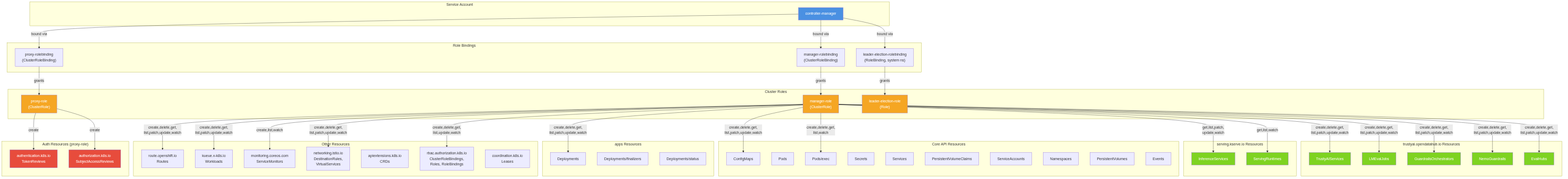
rhuss/architecture-context keeps this Mermaid diagram as architecture/rhoai-3.4-ea.2/diagrams/trustyai-service-operator-rbac.png. Above is the earlier version. Its source is kept beside it as architecture/rhoai-3.4-ea.2/diagrams/trustyai-service-operator-rbac.mmd. The source it was exported from:
```mermaid
graph TD
    subgraph SA["Service Account"]
        ControllerManager["controller-manager"]
    end

    subgraph Bindings["Role Bindings"]
        ManagerRB["manager-rolebinding<br/>(ClusterRoleBinding)"]
        ProxyRB["proxy-rolebinding<br/>(ClusterRoleBinding)"]
        LeaderRB["leader-election-rolebinding<br/>(RoleBinding, system ns)"]
    end

    subgraph ClusterRoles["Cluster Roles"]
        ManagerRole["manager-role<br/>(ClusterRole)"]
        ProxyRole["proxy-role<br/>(ClusterRole)"]
        LeaderRole["leader-election-role<br/>(Role)"]
    end

    subgraph TrustyAIResources["trustyai.opendatahub.io Resources"]
        TrustyAIServices["TrustyAIServices"]
        LMEvalJobs["LMEvalJobs"]
        GuardrailsOrchestrators["GuardrailsOrchestrators"]
        NemoGuardrails["NemoGuardrails"]
        EvalHubs["EvalHubs"]
    end

    subgraph KServeResources["serving.kserve.io Resources"]
        InferenceServices["InferenceServices"]
        ServingRuntimes["ServingRuntimes"]
    end

    subgraph CoreResources["Core API Resources"]
        ConfigMaps["ConfigMaps"]
        Pods["Pods"]
        PodsExec["Pods/exec"]
        Secrets["Secrets"]
        Services["Services"]
        PVCs["PersistentVolumeClaims"]
        ServiceAccounts["ServiceAccounts"]
        Namespaces["Namespaces"]
        PVs["PersistentVolumes"]
        Events["Events"]
    end

    subgraph AppsResources["apps Resources"]
        Deployments["Deployments"]
        DeployFinalizers["Deployments/finalizers"]
        DeployStatus["Deployments/status"]
    end

    subgraph OtherResources["Other Resources"]
        Routes["route.openshift.io<br/>Routes"]
        Workloads["kueue.x-k8s.io<br/>Workloads"]
        ServiceMonitors["monitoring.coreos.com<br/>ServiceMonitors"]
        IstioResources["networking.istio.io<br/>DestinationRules,<br/>VirtualServices"]
        CRDs["apiextensions.k8s.io<br/>CRDs"]
        RBACResources["rbac.authorization.k8s.io<br/>ClusterRoleBindings,<br/>Roles, RoleBindings"]
        Leases["coordination.k8s.io<br/>Leases"]
    end

    subgraph AuthResources["Auth Resources (proxy-role)"]
        TokenReviews["authentication.k8s.io<br/>TokenReviews"]
        SAR["authorization.k8s.io<br/>SubjectAccessReviews"]
    end

    ControllerManager -->|bound via| ManagerRB
    ControllerManager -->|bound via| ProxyRB
    ControllerManager -->|bound via| LeaderRB

    ManagerRB -->|grants| ManagerRole
    ProxyRB -->|grants| ProxyRole
    LeaderRB -->|grants| LeaderRole

    ManagerRole -->|"create,delete,get,<br/>list,patch,update,watch"| TrustyAIServices
    ManagerRole -->|"create,delete,get,<br/>list,patch,update,watch"| LMEvalJobs
    ManagerRole -->|"create,delete,get,<br/>list,patch,update,watch"| GuardrailsOrchestrators
    ManagerRole -->|"create,delete,get,<br/>list,patch,update,watch"| NemoGuardrails
    ManagerRole -->|"create,delete,get,<br/>list,patch,update,watch"| EvalHubs
    ManagerRole -->|"get,list,patch,<br/>update,watch"| InferenceServices
    ManagerRole -->|"get,list,watch"| ServingRuntimes
    ManagerRole -->|"create,delete,get,<br/>list,patch,update,watch"| ConfigMaps
    ManagerRole -->|"create,delete,get,<br/>list,patch,update,watch"| Deployments
    ManagerRole -->|"create,delete,get,<br/>list,patch,update,watch"| Routes
    ManagerRole -->|"create,delete,get,<br/>list,patch,update,watch"| Workloads
    ManagerRole -->|"create,delete,get,<br/>list,watch"| PodsExec
    ManagerRole -->|"create,list,watch"| ServiceMonitors
    ManagerRole -->|"create,delete,get,<br/>list,patch,update,watch"| IstioResources
    ManagerRole -->|"create,delete,get,<br/>list,update,watch"| RBACResources

    ProxyRole -->|"create"| TokenReviews
    ProxyRole -->|"create"| SAR

    style ControllerManager fill:#4a90e2,color:#fff
    style ManagerRole fill:#f5a623,color:#fff
    style ProxyRole fill:#f5a623,color:#fff
    style LeaderRole fill:#f5a623,color:#fff
    style TrustyAIServices fill:#7ed321,color:#fff
    style LMEvalJobs fill:#7ed321,color:#fff
    style GuardrailsOrchestrators fill:#7ed321,color:#fff
    style NemoGuardrails fill:#7ed321,color:#fff
    style EvalHubs fill:#7ed321,color:#fff
    style InferenceServices fill:#7ed321,color:#fff
    style ServingRuntimes fill:#7ed321,color:#fff
    style TokenReviews fill:#e74c3c,color:#fff
    style SAR fill:#e74c3c,color:#fff
```
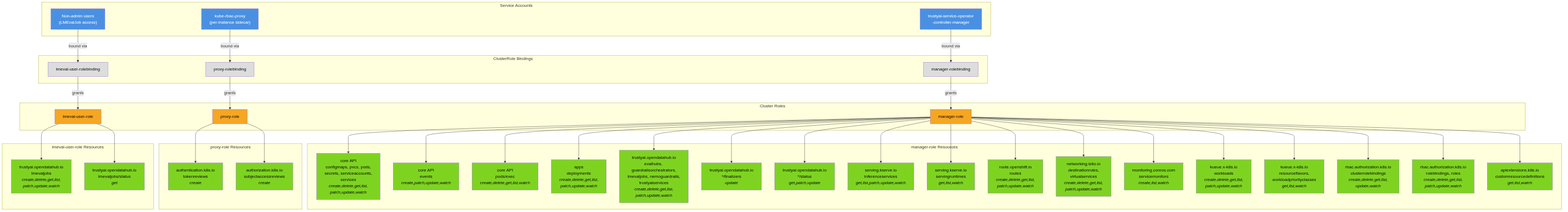
Later version of the same file.

Diff of the diagram source:
```diff
@@ -1,104 +1,117 @@
+
 graph TD
-    subgraph SA["Service Account"]
-        ControllerManager["controller-manager"]
+    subgraph ServiceAccounts["Service Accounts"]
+        SA["trustyai-service-operator<br/>-controller-manager"]
+        ProxySA["kube-rbac-proxy<br/>(per-instance sidecar)"]
+        LMEvalUserSA["Non-admin users<br/>(LMEvalJob access)"]
     end
 
-    subgraph Bindings["Role Bindings"]
-        ManagerRB["manager-rolebinding<br/>(ClusterRoleBinding)"]
-        ProxyRB["proxy-rolebinding<br/>(ClusterRoleBinding)"]
-        LeaderRB["leader-election-rolebinding<br/>(RoleBinding, system ns)"]
+    subgraph ClusterRoleBindings["ClusterRole Bindings"]
+        CRB_Manager["manager-rolebinding"]
+        CRB_Proxy["proxy-rolebinding"]
+        CRB_LMEval["lmeval-user-rolebinding"]
     end
 
     subgraph ClusterRoles["Cluster Roles"]
-        ManagerRole["manager-role<br/>(ClusterRole)"]
-        ProxyRole["proxy-role<br/>(ClusterRole)"]
-        LeaderRole["leader-election-role<br/>(Role)"]
+        CR_Manager["manager-role"]
+        CR_Proxy["proxy-role"]
+        CR_LMEval["lmeval-user-role"]
     end
 
-    subgraph TrustyAIResources["trustyai.opendatahub.io Resources"]
-        TrustyAIServices["TrustyAIServices"]
-        LMEvalJobs["LMEvalJobs"]
-        GuardrailsOrchestrators["GuardrailsOrchestrators"]
-        NemoGuardrails["NemoGuardrails"]
-        EvalHubs["EvalHubs"]
+    SA -->|bound via| CRB_Manager
+    ProxySA -->|bound via| CRB_Proxy
+    LMEvalUserSA -->|bound via| CRB_LMEval
+
+    CRB_Manager -->|grants| CR_Manager
+    CRB_Proxy -->|grants| CR_Proxy
+    CRB_LMEval -->|grants| CR_LMEval
+
+    subgraph ManagerResources["manager-role Resources"]
+        direction TB
+        CoreResources["core API<br/>configmaps, pvcs, pods,<br/>secrets, serviceaccounts,<br/>services<br/><i>create,delete,get,list,<br/>patch,update,watch</i>"]
+        CoreEvents["core API<br/>events<br/><i>create,patch,update,watch</i>"]
+        CorePodExec["core API<br/>pods/exec<br/><i>create,delete,get,list,watch</i>"]
+        AppsDeployments["apps<br/>deployments<br/><i>create,delete,get,list,<br/>patch,update,watch</i>"]
+        TrustyAICRDs["trustyai.opendatahub.io<br/>evalhubs, guardrailsorchestrators,<br/>lmevaljobs, nemoguardrails,<br/>trustyaiservices<br/><i>create,delete,get,list,<br/>patch,update,watch</i>"]
+        TrustyAIFinalizers["trustyai.opendatahub.io<br/>*/finalizers<br/><i>update</i>"]
+        TrustyAIStatus["trustyai.opendatahub.io<br/>*/status<br/><i>get,patch,update</i>"]
+        KServeIS["serving.kserve.io<br/>inferenceservices<br/><i>get,list,patch,update,watch</i>"]
+        KServeSR["serving.kserve.io<br/>servingruntimes<br/><i>get,list,watch</i>"]
+        Routes["route.openshift.io<br/>routes<br/><i>create,delete,get,list,<br/>patch,update,watch</i>"]
+        IstioNet["networking.istio.io<br/>destinationrules,<br/>virtualservices<br/><i>create,delete,get,list,<br/>patch,update,watch</i>"]
+        Monitoring["monitoring.coreos.com<br/>servicemonitors<br/><i>create,list,watch</i>"]
+        KueueWL["kueue.x-k8s.io<br/>workloads<br/><i>create,delete,get,list,<br/>patch,update,watch</i>"]
+        KueueRF["kueue.x-k8s.io<br/>resourceflavors,<br/>workloadpriorityclasses<br/><i>get,list,watch</i>"]
+        RBACCluster["rbac.authorization.k8s.io<br/>clusterrolebindings<br/><i>create,delete,get,list,<br/>update,watch</i>"]
+        RBACNs["rbac.authorization.k8s.io<br/>rolebindings, roles<br/><i>create,delete,get,list,<br/>patch,update,watch</i>"]
+        CRDs["apiextensions.k8s.io<br/>customresourcedefinitions<br/><i>get,list,watch</i>"]
     end
 
-    subgraph KServeResources["serving.kserve.io Resources"]
-        InferenceServices["InferenceServices"]
-        ServingRuntimes["ServingRuntimes"]
+    subgraph ProxyResources["proxy-role Resources"]
+        TokenReview["authentication.k8s.io<br/>tokenreviews<br/><i>create</i>"]
+        SAR["authorization.k8s.io<br/>subjectaccessreviews<br/><i>create</i>"]
     end
 
-    subgraph CoreResources["Core API Resources"]
-        ConfigMaps["ConfigMaps"]
-        Pods["Pods"]
-        PodsExec["Pods/exec"]
-        Secrets["Secrets"]
-        Services["Services"]
-        PVCs["PersistentVolumeClaims"]
-        ServiceAccounts["ServiceAccounts"]
-        Namespaces["Namespaces"]
-        PVs["PersistentVolumes"]
-        Events["Events"]
+    subgraph LMEvalResources["lmeval-user-role Resources"]
+        LMEvalJobs["trustyai.opendatahub.io<br/>lmevaljobs<br/><i>create,delete,get,list,<br/>patch,update,watch</i>"]
+        LMEvalStatus["trustyai.opendatahub.io<br/>lmevaljobs/status<br/><i>get</i>"]
     end
 
-    subgraph AppsResources["apps Resources"]
-        Deployments["Deployments"]
-        DeployFinalizers["Deployments/finalizers"]
-        DeployStatus["Deployments/status"]
-    end
+    CR_Manager --> CoreResources
+    CR_Manager --> CoreEvents
+    CR_Manager --> CorePodExec
+    CR_Manager --> AppsDeployments
+    CR_Manager --> TrustyAICRDs
+    CR_Manager --> TrustyAIFinalizers
+    CR_Manager --> TrustyAIStatus
+    CR_Manager --> KServeIS
+    CR_Manager --> KServeSR
+    CR_Manager --> Routes
+    CR_Manager --> IstioNet
+    CR_Manager --> Monitoring
+    CR_Manager --> KueueWL
+    CR_Manager --> KueueRF
+    CR_Manager --> RBACCluster
+    CR_Manager --> RBACNs
+    CR_Manager --> CRDs
 
-    subgraph OtherResources["Other Resources"]
-        Routes["route.openshift.io<br/>Routes"]
-        Workloads["kueue.x-k8s.io<br/>Workloads"]
-        ServiceMonitors["monitoring.coreos.com<br/>ServiceMonitors"]
-        IstioResources["networking.istio.io<br/>DestinationRules,<br/>VirtualServices"]
-        CRDs["apiextensions.k8s.io<br/>CRDs"]
-        RBACResources["rbac.authorization.k8s.io<br/>ClusterRoleBindings,<br/>Roles, RoleBindings"]
-        Leases["coordination.k8s.io<br/>Leases"]
-    end
+    CR_Proxy --> TokenReview
+    CR_Proxy --> SAR
 
-    subgraph AuthResources["Auth Resources (proxy-role)"]
-        TokenReviews["authentication.k8s.io<br/>TokenReviews"]
-        SAR["authorization.k8s.io<br/>SubjectAccessReviews"]
-    end
+    CR_LMEval --> LMEvalJobs
+    CR_LMEval --> LMEvalStatus
 
-    ControllerManager -->|bound via| ManagerRB
-    ControllerManager -->|bound via| ProxyRB
-    ControllerManager -->|bound via| LeaderRB
+    style SA fill:#4a90e2,color:#fff
+    style ProxySA fill:#4a90e2,color:#fff
+    style LMEvalUserSA fill:#4a90e2,color:#fff
 
-    ManagerRB -->|grants| ManagerRole
-    ProxyRB -->|grants| ProxyRole
-    LeaderRB -->|grants| LeaderRole
+    style CR_Manager fill:#f5a623,color:#000
+    style CR_Proxy fill:#f5a623,color:#000
+    style CR_LMEval fill:#f5a623,color:#000
 
-    ManagerRole -->|"create,delete,get,<br/>list,patch,update,watch"| TrustyAIServices
-    ManagerRole -->|"create,delete,get,<br/>list,patch,update,watch"| LMEvalJobs
-    ManagerRole -->|"create,delete,get,<br/>list,patch,update,watch"| GuardrailsOrchestrators
-    ManagerRole -->|"create,delete,get,<br/>list,patch,update,watch"| NemoGuardrails
-    ManagerRole -->|"create,delete,get,<br/>list,patch,update,watch"| EvalHubs
-    ManagerRole -->|"get,list,patch,<br/>update,watch"| InferenceServices
-    ManagerRole -->|"get,list,watch"| ServingRuntimes
-    ManagerRole -->|"create,delete,get,<br/>list,patch,update,watch"| ConfigMaps
-    ManagerRole -->|"create,delete,get,<br/>list,patch,update,watch"| Deployments
-    ManagerRole -->|"create,delete,get,<br/>list,patch,update,watch"| Routes
-    ManagerRole -->|"create,delete,get,<br/>list,patch,update,watch"| Workloads
-    ManagerRole -->|"create,delete,get,<br/>list,watch"| PodsExec
-    ManagerRole -->|"create,list,watch"| ServiceMonitors
-    ManagerRole -->|"create,delete,get,<br/>list,patch,update,watch"| IstioResources
-    ManagerRole -->|"create,delete,get,<br/>list,update,watch"| RBACResources
+    style CRB_Manager fill:#ddd,color:#000
+    style CRB_Proxy fill:#ddd,color:#000
+    style CRB_LMEval fill:#ddd,color:#000
 
-    ProxyRole -->|"create"| TokenReviews
-    ProxyRole -->|"create"| SAR
+    style CoreResources fill:#7ed321,color:#000
+    style CoreEvents fill:#7ed321,color:#000
+    style CorePodExec fill:#7ed321,color:#000
+    style AppsDeployments fill:#7ed321,color:#000
+    style TrustyAICRDs fill:#7ed321,color:#000
+    style TrustyAIFinalizers fill:#7ed321,color:#000
+    style TrustyAIStatus fill:#7ed321,color:#000
+    style KServeIS fill:#7ed321,color:#000
+    style KServeSR fill:#7ed321,color:#000
+    style Routes fill:#7ed321,color:#000
+    style IstioNet fill:#7ed321,color:#000
+    style Monitoring fill:#7ed321,color:#000
+    style KueueWL fill:#7ed321,color:#000
+    style KueueRF fill:#7ed321,color:#000
+    style RBACCluster fill:#7ed321,color:#000
+    style RBACNs fill:#7ed321,color:#000
+    style CRDs fill:#7ed321,color:#000
 
-    style ControllerManager fill:#4a90e2,color:#fff
-    style ManagerRole fill:#f5a623,color:#fff
-    style ProxyRole fill:#f5a623,color:#fff
-    style LeaderRole fill:#f5a623,color:#fff
-    style TrustyAIServices fill:#7ed321,color:#fff
-    style LMEvalJobs fill:#7ed321,color:#fff
-    style GuardrailsOrchestrators fill:#7ed321,color:#fff
-    style NemoGuardrails fill:#7ed321,color:#fff
-    style EvalHubs fill:#7ed321,color:#fff
-    style InferenceServices fill:#7ed321,color:#fff
-    style ServingRuntimes fill:#7ed321,color:#fff
-    style TokenReviews fill:#e74c3c,color:#fff
-    style SAR fill:#e74c3c,color:#fff
+    style TokenReview fill:#7ed321,color:#000
+    style SAR fill:#7ed321,color:#000
+    style LMEvalJobs fill:#7ed321,color:#000
+    style LMEvalStatus fill:#7ed321,color:#000
```
